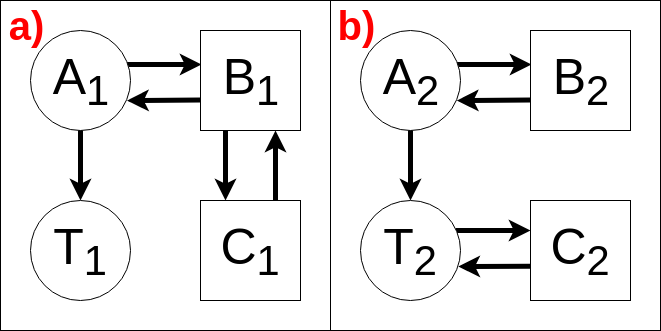
Above: Images/nestedCFA.png in pythonpsycho1337/Master-Thesis (draw.io), before the change. Source tidied: cells renumbered, new cells last; positions are measured from the earlier drawing's top-left corner, leaving out a move shared by most shapes.
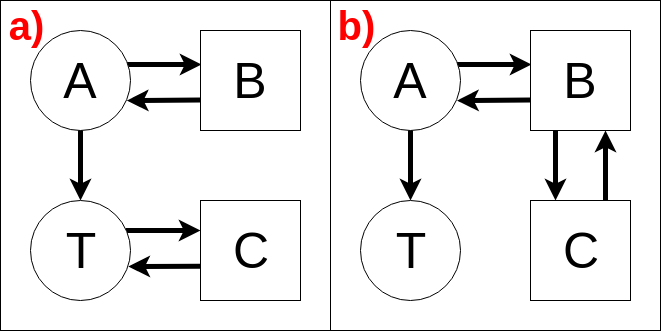
Later version of the same file.

What changed in the source:
```diff
@@ -3,27 +3,27 @@
     <mxCell id="0" />
     <mxCell id="1" parent="0" />
     <mxCell id="2" style="rounded=0;whiteSpace=wrap;html=1;" parent="1" vertex="1">
-      <mxGeometry width="330" height="330" as="geometry" />
+      <mxGeometry x="330" y="-80" width="330" height="330" as="geometry" />
     </mxCell>
     <mxCell id="3" style="endArrow=classic;html=1;strokeWidth=5;entryX=0.01;entryY=0.34;entryDx=0;entryDy=0;entryPerimeter=0;" parent="1" edge="1" target="5">
       <mxGeometry relative="1" as="geometry">
-        <mxPoint x="126" y="64" as="sourcePoint" />
+        <mxPoint x="456" y="-16" as="sourcePoint" />
       </mxGeometry>
     </mxCell>
-    <mxCell id="4" value="&lt;font style=&quot;font-size: 50px&quot;&gt;A&lt;sub&gt;1&lt;/sub&gt;&lt;/font&gt;" style="ellipse;whiteSpace=wrap;html=1;" parent="1" vertex="1">
-      <mxGeometry x="30" y="30" width="100" height="100" as="geometry" />
+    <mxCell id="4" value="&lt;font style=&quot;font-size: 50px&quot;&gt;A&lt;/font&gt;" style="ellipse;whiteSpace=wrap;html=1;" parent="1" vertex="1">
+      <mxGeometry x="360" y="-50" width="100" height="100" as="geometry" />
     </mxCell>
-    <mxCell id="5" value="&lt;span style=&quot;font-size: 50px ; white-space: normal&quot;&gt;B&lt;sub&gt;1&lt;/sub&gt;&lt;/span&gt;" style="whiteSpace=wrap;html=1;" parent="1" vertex="1">
-      <mxGeometry x="200" y="30" width="100" height="100" as="geometry" />
+    <mxCell id="5" value="&lt;span style=&quot;font-size: 50px ; white-space: normal&quot;&gt;B&lt;/span&gt;" style="whiteSpace=wrap;html=1;" parent="1" vertex="1">
+      <mxGeometry x="530" y="-50" width="100" height="100" as="geometry" />
     </mxCell>
     <mxCell id="6" style="endArrow=classic;html=1;strokeWidth=5;entryX=0.5;entryY=0;entryDx=0;entryDy=0;exitX=0.5;exitY=1;exitDx=0;exitDy=0;" parent="1" edge="1" source="4" target="7">
       <mxGeometry relative="1" as="geometry" />
     </mxCell>
-    <mxCell id="7" value="&lt;font style=&quot;font-size: 50px&quot;&gt;T&lt;sub&gt;1&lt;/sub&gt;&lt;/font&gt;" style="ellipse;whiteSpace=wrap;html=1;" parent="1" vertex="1">
-      <mxGeometry x="30" y="200" width="100" height="100" as="geometry" />
+    <mxCell id="7" value="&lt;font style=&quot;font-size: 50px&quot;&gt;T&lt;/font&gt;" style="ellipse;whiteSpace=wrap;html=1;" parent="1" vertex="1">
+      <mxGeometry x="360" y="120" width="100" height="100" as="geometry" />
     </mxCell>
-    <mxCell id="8" value="&lt;span style=&quot;font-size: 50px ; white-space: normal&quot;&gt;C&lt;sub&gt;1&lt;/sub&gt;&lt;/span&gt;" style="whiteSpace=wrap;html=1;" parent="1" vertex="1">
-      <mxGeometry x="200" y="200" width="100" height="100" as="geometry" />
+    <mxCell id="8" value="&lt;span style=&quot;font-size: 50px ; white-space: normal&quot;&gt;C&lt;/span&gt;" style="whiteSpace=wrap;html=1;" parent="1" vertex="1">
+      <mxGeometry x="530" y="120" width="100" height="100" as="geometry" />
     </mxCell>
     <mxCell id="9" style="endArrow=classic;html=1;strokeWidth=5;entryX=0.25;entryY=0;entryDx=0;entryDy=0;exitX=0.25;exitY=1;exitDx=0;exitDy=0;" parent="1" edge="1" source="5" target="8">
       <mxGeometry relative="1" as="geometry" />
@@ -34,40 +34,40 @@
     <mxCell id="11" style="endArrow=classic;html=1;strokeWidth=5;entryX=0.965;entryY=0.701;entryDx=0;entryDy=0;entryPerimeter=0;exitX=0;exitY=0.695;exitDx=0;exitDy=0;exitPerimeter=0;" parent="1" edge="1" source="5" target="4">
       <mxGeometry relative="1" as="geometry" />
     </mxCell>
-    <mxCell id="12" value="&lt;font color=&quot;#FF0000&quot; size=&quot;1&quot;&gt;&lt;b style=&quot;font-size: 40px&quot;&gt;a)&lt;/b&gt;&lt;/font&gt;" style="text;html=1;strokeColor=none;fillColor=none;align=center;verticalAlign=middle;whiteSpace=wrap;rounded=0;" parent="1" vertex="1">
-      <mxGeometry width="51" height="50" as="geometry" />
+    <mxCell id="12" value="&lt;font color=&quot;#FF0000&quot; size=&quot;1&quot;&gt;&lt;b style=&quot;font-size: 40px&quot;&gt;b)&lt;/b&gt;&lt;/font&gt;" style="text;html=1;strokeColor=none;fillColor=none;align=center;verticalAlign=middle;whiteSpace=wrap;rounded=0;" parent="1" vertex="1">
+      <mxGeometry x="330" y="-80" width="51" height="50" as="geometry" />
     </mxCell>
     <mxCell id="13" style="rounded=0;whiteSpace=wrap;html=1;" parent="1" vertex="1">
-      <mxGeometry x="330" width="330" height="330" as="geometry" />
+      <mxGeometry y="-80" width="330" height="330" as="geometry" />
     </mxCell>
-    <mxCell id="14" value="&lt;font color=&quot;#FF0000&quot; size=&quot;1&quot;&gt;&lt;b style=&quot;font-size: 40px&quot;&gt;b)&lt;/b&gt;&lt;/font&gt;" style="text;html=1;strokeColor=none;fillColor=none;align=center;verticalAlign=middle;whiteSpace=wrap;rounded=0;" parent="1" vertex="1">
-      <mxGeometry x="330" width="51" height="50" as="geometry" />
+    <mxCell id="14" value="&lt;font color=&quot;#FF0000&quot; size=&quot;1&quot;&gt;&lt;b style=&quot;font-size: 40px&quot;&gt;a)&lt;/b&gt;&lt;/font&gt;" style="text;html=1;strokeColor=none;fillColor=none;align=center;verticalAlign=middle;whiteSpace=wrap;rounded=0;" parent="1" vertex="1">
+      <mxGeometry y="-80" width="51" height="50" as="geometry" />
     </mxCell>
     <mxCell id="15" style="endArrow=classic;html=1;strokeWidth=5;entryX=0.01;entryY=0.34;entryDx=0;entryDy=0;entryPerimeter=0;" parent="1" edge="1">
       <mxGeometry relative="1" as="geometry">
-        <mxPoint x="455" y="230" as="sourcePoint" />
-        <mxPoint x="530" y="230" as="targetPoint" />
+        <mxPoint x="125" y="150" as="sourcePoint" />
+        <mxPoint x="200" y="150" as="targetPoint" />
       </mxGeometry>
     </mxCell>
     <mxCell id="16" style="endArrow=classic;html=1;strokeWidth=5;entryX=0.01;entryY=0.34;entryDx=0;entryDy=0;entryPerimeter=0;" parent="1" edge="1" target="18">
       <mxGeometry relative="1" as="geometry">
-        <mxPoint x="456" y="64" as="sourcePoint" />
+        <mxPoint x="126" y="-16" as="sourcePoint" />
       </mxGeometry>
     </mxCell>
-    <mxCell id="17" value="&lt;font style=&quot;font-size: 50px&quot;&gt;A&lt;sub&gt;2&lt;/sub&gt;&lt;/font&gt;" style="ellipse;whiteSpace=wrap;html=1;" parent="1" vertex="1">
-      <mxGeometry x="360" y="30" width="100" height="100" as="geometry" />
+    <mxCell id="17" value="&lt;font style=&quot;font-size: 50px&quot;&gt;A&lt;/font&gt;" style="ellipse;whiteSpace=wrap;html=1;" parent="1" vertex="1">
+      <mxGeometry x="30" y="-50" width="100" height="100" as="geometry" />
     </mxCell>
-    <mxCell id="18" value="&lt;span style=&quot;font-size: 50px ; white-space: normal&quot;&gt;B&lt;sub&gt;2&lt;/sub&gt;&lt;/span&gt;" style="whiteSpace=wrap;html=1;" parent="1" vertex="1">
-      <mxGeometry x="530" y="30" width="100" height="100" as="geometry" />
+    <mxCell id="18" value="&lt;span style=&quot;font-size: 50px ; white-space: normal&quot;&gt;B&lt;/span&gt;" style="whiteSpace=wrap;html=1;" parent="1" vertex="1">
+      <mxGeometry x="200" y="-50" width="100" height="100" as="geometry" />
     </mxCell>
     <mxCell id="19" style="endArrow=classic;html=1;strokeWidth=5;entryX=0.5;entryY=0;entryDx=0;entryDy=0;exitX=0.5;exitY=1;exitDx=0;exitDy=0;" parent="1" edge="1" source="17" target="20">
       <mxGeometry relative="1" as="geometry" />
     </mxCell>
-    <mxCell id="20" value="&lt;font style=&quot;font-size: 50px&quot;&gt;T&lt;sub&gt;2&lt;/sub&gt;&lt;/font&gt;" style="ellipse;whiteSpace=wrap;html=1;" parent="1" vertex="1">
-      <mxGeometry x="360" y="200" width="100" height="100" as="geometry" />
+    <mxCell id="20" value="&lt;font style=&quot;font-size: 50px&quot;&gt;T&lt;/font&gt;" style="ellipse;whiteSpace=wrap;html=1;" parent="1" vertex="1">
+      <mxGeometry x="30" y="120" width="100" height="100" as="geometry" />
     </mxCell>
-    <mxCell id="21" value="&lt;span style=&quot;font-size: 50px ; white-space: normal&quot;&gt;C&lt;sub&gt;2&lt;/sub&gt;&lt;/span&gt;" style="whiteSpace=wrap;html=1;" parent="1" vertex="1">
-      <mxGeometry x="530" y="200" width="100" height="100" as="geometry" />
+    <mxCell id="21" value="&lt;span style=&quot;font-size: 50px ; white-space: normal&quot;&gt;C&lt;/span&gt;" style="whiteSpace=wrap;html=1;" parent="1" vertex="1">
+      <mxGeometry x="200" y="120" width="100" height="100" as="geometry" />
     </mxCell>
     <mxCell id="22" style="endArrow=classic;html=1;strokeWidth=5;entryX=0.963;entryY=0.701;entryDx=0;entryDy=0;entryPerimeter=0;exitX=0;exitY=0.695;exitDx=0;exitDy=0;exitPerimeter=0;" parent="1" edge="1" source="18" target="17">
       <mxGeometry relative="1" as="geometry" />
```
